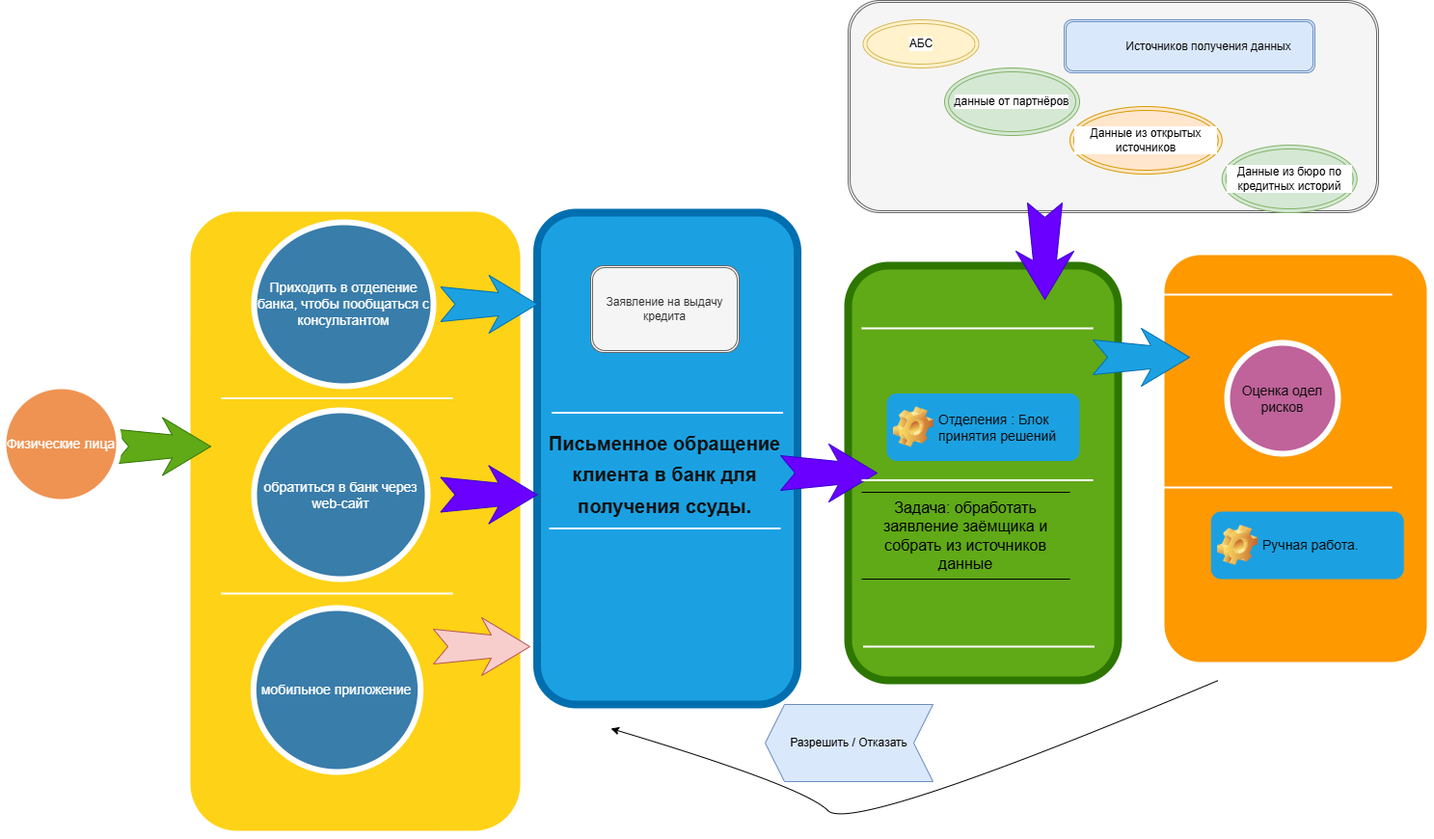
This is docs/Диаграмма без названия.drawio.png from Ujumanazarov/kubernetes, a draw.io export, as it was before one commit. Source tidied: cells renumbered, new cells last; positions are measured from the earlier drawing's top-left corner, leaving out a move shared by most shapes.
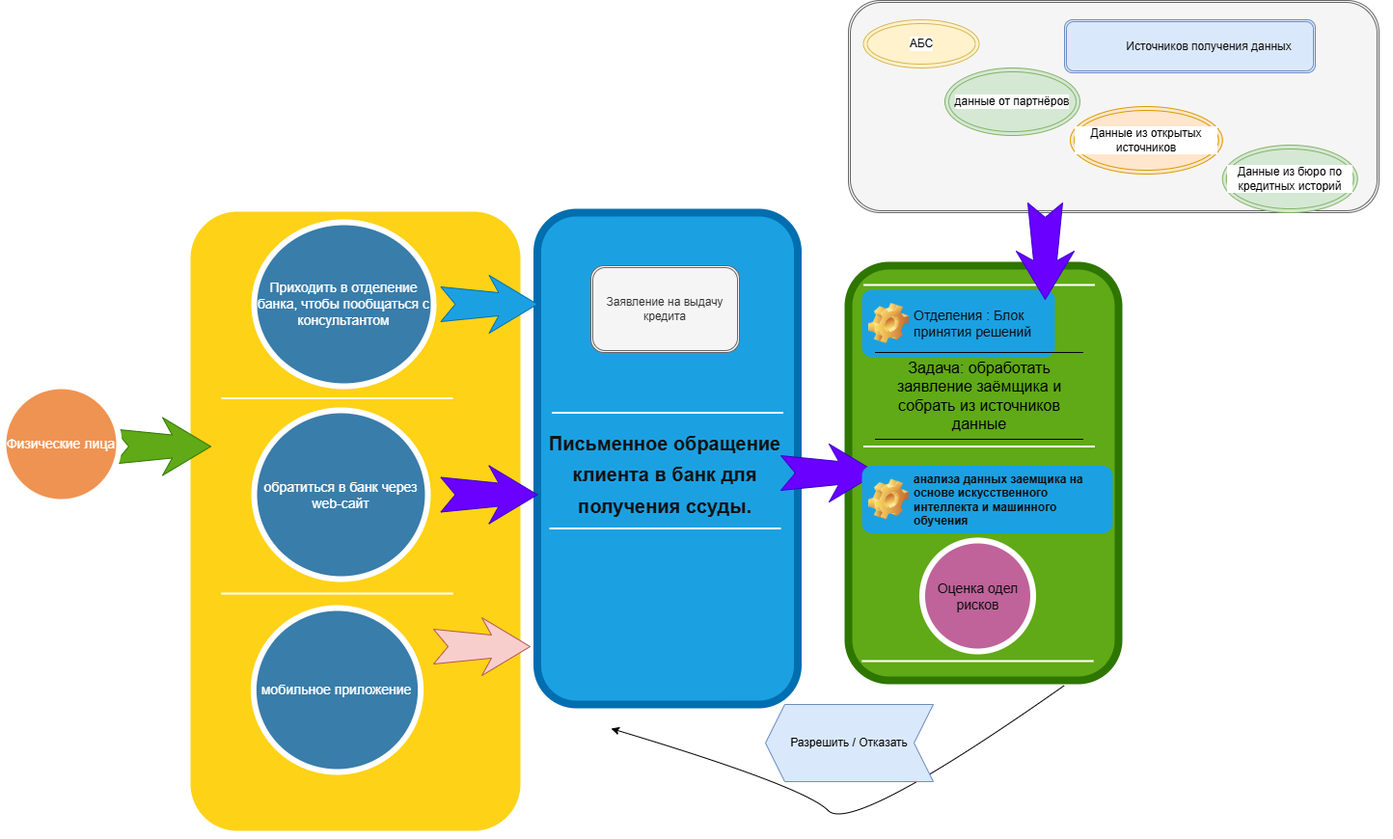
After the change.

What changed in the source:
```diff
@@ -39,25 +39,19 @@
       <mxGeometry x="876" y="275" width="280" height="430" as="geometry" />
     </mxCell>
     <mxCell id="14" style="line;strokeWidth=2;html=1;rounded=0;shadow=0;fontSize=27;align=center;fillColor=none;strokeColor=#FFFFFF;" parent="1" vertex="1">
-      <mxGeometry x="890" y="335" width="240" height="10" as="geometry" />
+      <mxGeometry x="891.5" y="290" width="240" height="10" as="geometry" />
     </mxCell>
     <mxCell id="15" style="line;strokeWidth=2;html=1;rounded=0;shadow=0;fontSize=27;align=center;fillColor=none;strokeColor=#FFFFFF;" parent="1" vertex="1">
-      <mxGeometry x="891.5" y="665" width="240" height="10" as="geometry" />
+      <mxGeometry x="890" y="680" width="240" height="10" as="geometry" />
     </mxCell>
-    <mxCell id="16" style="whiteSpace=wrap;html=1;rounded=1;shadow=0;strokeWidth=8;fontSize=20;align=center;fillColor=#FE9900;strokeColor=#FFFFFF;" parent="1" vertex="1">
-      <mxGeometry x="1200" y="260" width="280" height="430" as="geometry" />
-    </mxCell>
     <mxCell id="17" style="line;strokeWidth=2;html=1;rounded=0;shadow=0;fontSize=27;align=center;fillColor=none;strokeColor=#FFFFFF;" parent="1" vertex="1">
       <mxGeometry x="1200" y="300" width="240" height="10" as="geometry" />
     </mxCell>
     <mxCell id="18" style="line;strokeWidth=2;html=1;rounded=0;shadow=0;fontSize=27;align=center;fillColor=none;strokeColor=#FFFFFF;" parent="1" vertex="1">
       <mxGeometry x="1200" y="500" width="240" height="10" as="geometry" />
     </mxCell>
-    <mxCell id="19" style="html=1;shadow=0;dashed=0;align=center;verticalAlign=middle;shape=mxgraph.arrows2.stylisedArrow;dy=0.6;dx=40;notch=15;feather=0.4;rounded=0;strokeWidth=1;fontSize=27;strokeColor=#006EAF;fillColor=#1ba1e2;fontColor=#ffffff;" parent="1" vertex="1">
-      <mxGeometry x="1130" y="340" width="100" height="60" as="geometry" />
-    </mxCell>
     <mxCell id="20" value="&lt;span&gt;&lt;font style=&quot;color: light-dark(rgb(13, 12, 12), rgb(237, 237, 237));&quot;&gt;Оценка одел рисков&lt;/font&gt;&lt;/span&gt;" style="ellipse;whiteSpace=wrap;html=1;rounded=0;shadow=0;strokeWidth=6;fontSize=14;align=center;fillColor=#BF639A;strokeColor=#FFFFFF;fontColor=#FFFFFF;" parent="1" vertex="1">
-      <mxGeometry x="1269" y="355" width="115" height="115" as="geometry" />
+      <mxGeometry x="952.5" y="560" width="115" height="115" as="geometry" />
     </mxCell>
     <mxCell id="21" value="Приходить в отделение банка, чтобы&amp;nbsp;пообщаться с консультантом" style="ellipse;whiteSpace=wrap;html=1;rounded=0;shadow=0;strokeWidth=6;fontSize=14;align=center;fillColor=#397DAA;strokeColor=#FFFFFF;fontColor=#FFFFFF;" parent="1" vertex="1">
       <mxGeometry x="260" y="230" width="186" height="170" as="geometry" />
@@ -69,7 +63,7 @@
       <mxGeometry y="400" width="120" height="120" as="geometry" />
     </mxCell>
     <mxCell id="24" value="&lt;span style=&quot;text-align: center;&quot;&gt;&lt;font color=&quot;#0d0c0c&quot;&gt;&lt;span style=&quot;font-size: 14px; font-weight: 400;&quot;&gt;Отделения : Блок принятия решений&lt;/span&gt;&lt;/font&gt;&lt;/span&gt;" style="label;whiteSpace=wrap;html=1;image=img/clipart/Gear_128x128.png;fillColor=#1ba1e2;fontColor=#ffffff;strokeColor=none;" parent="1" vertex="1">
-      <mxGeometry x="916" y="407.5" width="200" height="70" as="geometry" />
+      <mxGeometry x="890" y="300" width="200" height="70" as="geometry" />
     </mxCell>
     <mxCell id="25" style="html=1;shadow=0;dashed=0;align=center;verticalAlign=middle;shape=mxgraph.arrows2.stylisedArrow;dy=0.6;dx=40;notch=15;feather=0.4;rounded=0;strokeWidth=1;fontSize=27;strokeColor=#3700CC;fillColor=#6a00ff;fontColor=#ffffff;" parent="1" vertex="1">
       <mxGeometry x="453.5" y="482.5" width="100" height="60" as="geometry" />
@@ -81,7 +75,7 @@
       <mxGeometry x="609" y="275" width="154" height="90" as="geometry" />
     </mxCell>
     <mxCell id="28" value="&lt;font style=&quot;font-size: 16px;&quot;&gt;Задача: обработать заявление заёмщика и собрать из источников данные&lt;/font&gt;" style="shape=partialRectangle;whiteSpace=wrap;html=1;left=0;right=0;fillColor=none;" parent="1" vertex="1">
-      <mxGeometry x="890" y="510" width="216" height="90" as="geometry" />
+      <mxGeometry x="903.5" y="365" width="216" height="90" as="geometry" />
     </mxCell>
     <mxCell id="29" style="html=1;shadow=0;dashed=0;align=center;verticalAlign=middle;shape=mxgraph.arrows2.stylisedArrow;dy=0.6;dx=40;notch=15;feather=0.4;rounded=0;strokeWidth=1;fontSize=27;strokeColor=#3700CC;fillColor=#6a00ff;fontColor=#ffffff;" parent="1" vertex="1">
       <mxGeometry x="806" y="460" width="100" height="60" as="geometry" />
@@ -107,15 +101,14 @@
     <mxCell id="36" style="html=1;shadow=0;dashed=0;align=center;verticalAlign=middle;shape=mxgraph.arrows2.stylisedArrow;dy=0.6;dx=40;notch=15;feather=0.4;rounded=0;strokeWidth=1;fontSize=27;strokeColor=#3700CC;fillColor=#6a00ff;fontColor=#ffffff;direction=south;" parent="1" vertex="1">
       <mxGeometry x="1050" y="210" width="60" height="100" as="geometry" />
     </mxCell>
-    <mxCell id="37" value="&lt;span style=&quot;text-align: center;&quot;&gt;&lt;font color=&quot;#0d0c0c&quot;&gt;&lt;span style=&quot;font-size: 14px; font-weight: 400;&quot;&gt;Ручная работа.&lt;/span&gt;&lt;/font&gt;&lt;/span&gt;" style="label;whiteSpace=wrap;html=1;image=img/clipart/Gear_128x128.png;fillColor=#1ba1e2;fontColor=#ffffff;strokeColor=none;" parent="1" vertex="1">
-      <mxGeometry x="1252.2" y="530" width="200" height="70" as="geometry" />
+    <mxCell id="37" value="анализа данных заемщика на основе искусственного интеллекта и машинного обучения" style="label;whiteSpace=wrap;html=1;image=img/clipart/Gear_128x128.png;fillColor=#1ba1e2;fontColor=light-dark(#100f0f, #121212);strokeColor=none;" parent="1" vertex="1">
+      <mxGeometry x="890" y="482.5" width="260" height="70" as="geometry" />
     </mxCell>
     <mxCell id="38" style="line;strokeWidth=2;html=1;rounded=0;shadow=0;fontSize=27;align=center;fillColor=none;strokeColor=#FFFFFF;" parent="1" vertex="1">
-      <mxGeometry x="890" y="492.5" width="240" height="10" as="geometry" />
+      <mxGeometry x="891.5" y="457.5" width="240" height="10" as="geometry" />
     </mxCell>
-    <mxCell id="39" style="curved=1;endArrow=classic;html=1;rounded=0;" parent="1" edge="1">
+    <mxCell id="39" style="curved=1;endArrow=classic;html=1;rounded=0;exitX=0.8;exitY=1.012;exitDx=0;exitDy=0;exitPerimeter=0;" parent="1" edge="1" source="13">
       <mxGeometry relative="1" as="geometry">
-        <mxPoint x="1260" y="705" as="sourcePoint" />
         <mxPoint x="630" y="755" as="targetPoint" />
         <Array as="points">
           <mxPoint x="880" y="865" />
```
